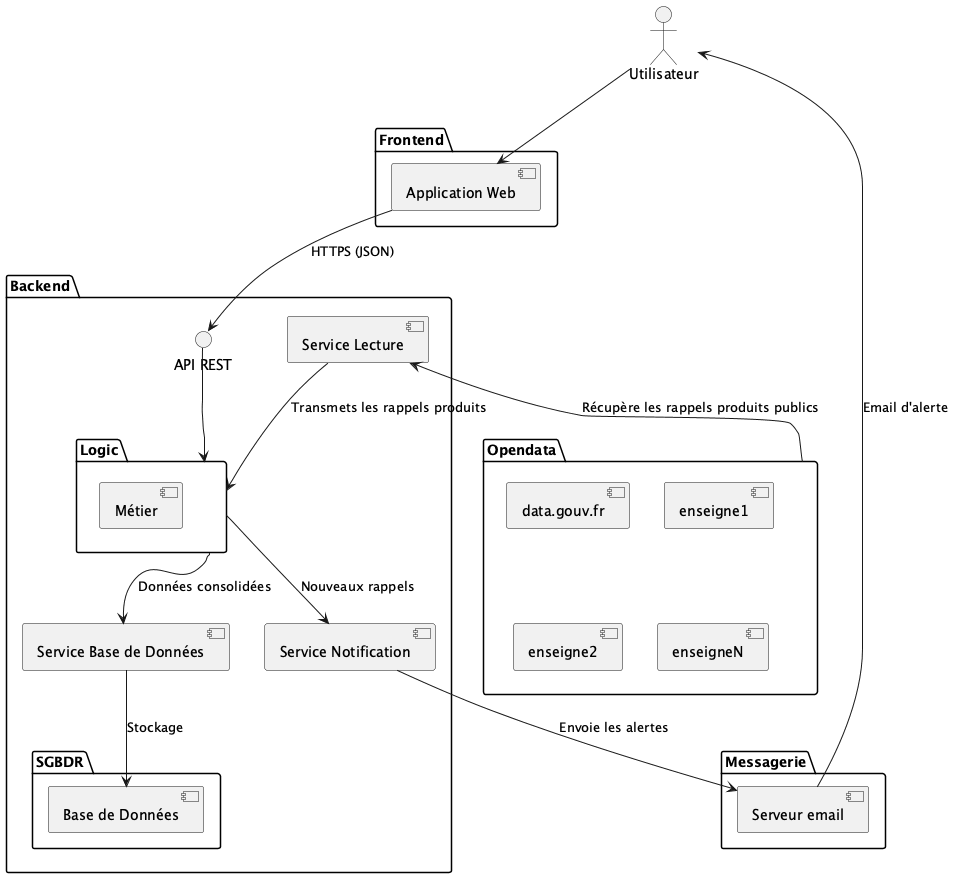
Before: doc/umldiagrams/backend.png, a diagram exported from PlantUML (lodygens/cadi). Source of this version:
```plantuml
@startuml

actor Utilisateur

package Frontend {
    [Application Web]
}

package Backend {
    interface "API REST" as API
    package Logic {
        [Métier]
    }
    [Service Lecture]
    [Service Base de Données]
    [Service Notification]

    package SGBDR {
        [Base de Données]
    }
}

package Messagerie {
    [Serveur email]
}

package Opendata {
    [data.gouv.fr]
    [enseigne1]
    [enseigne2]
    [enseigneN]
}


Utilisateur --> [Application Web]
[Application Web] --> API : HTTPS (JSON)
API --> [Logic]
[Logic] --> [Service Base de Données] : Données consolidées
[Service Lecture] <-- [Opendata] : Récupère les rappels produits publics
[Service Lecture] --> [Logic] : Transmets les rappels produits
[Service Base de Données] --> [Base de Données] : Stockage
[Logic] --> [Service Notification] : Nouveaux rappels
[Service Notification] --> [Serveur email] : Envoie les alertes
[Serveur email] --> Utilisateur : Email d'alerte

@enduml
```
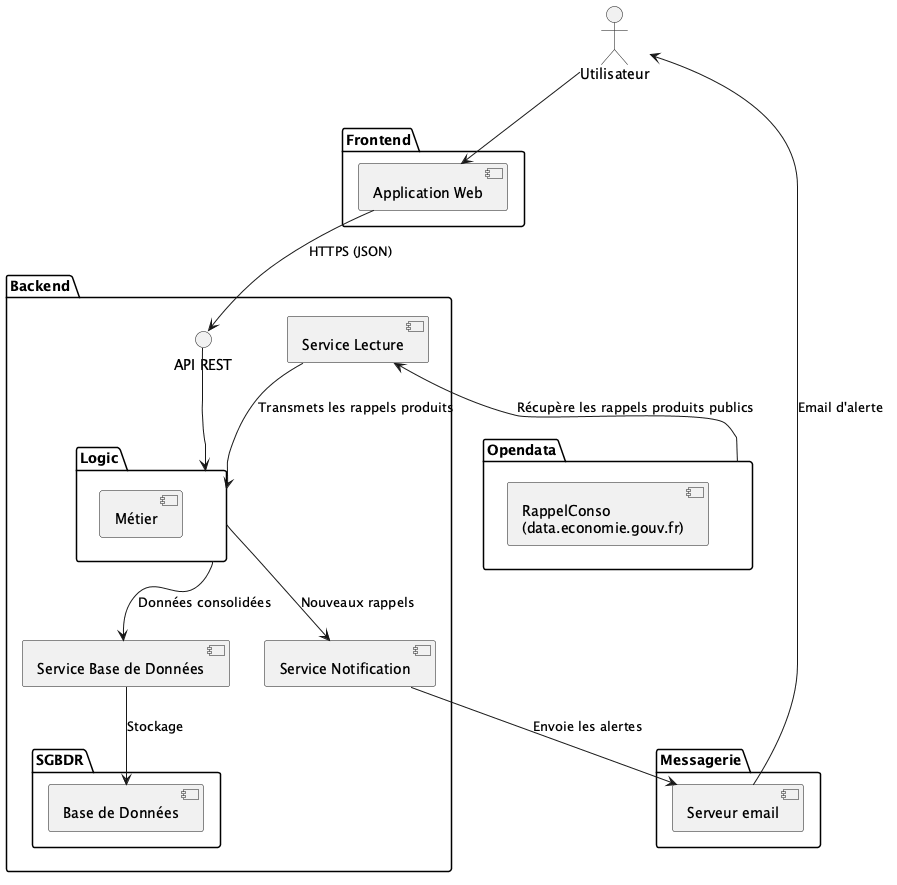
The same diagram one commit later.

Change to the diagram source:
```diff
@@ -25,10 +25,7 @@
 }
 
 package Opendata {
-    [data.gouv.fr]
-    [enseigne1]
-    [enseigne2]
-    [enseigneN]
+    [RappelConso\n(data.economie.gouv.fr)]
 }
 
 
```
